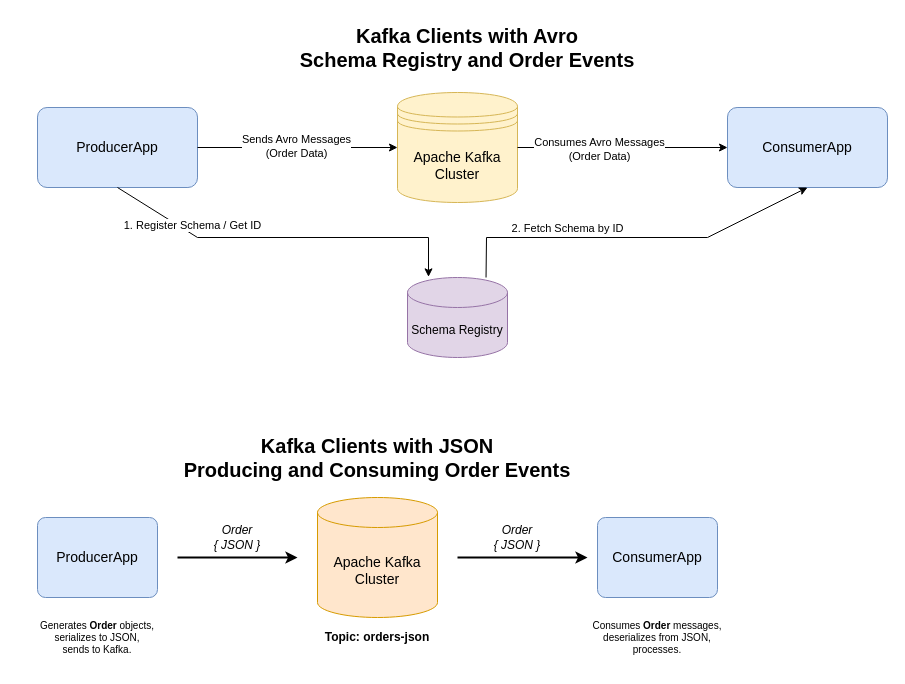
Earlier version of the draw.io diagram .diagrams/kotlin-getting-started-2.drawio (jaehyeon-kim/jaehyeon-kim.github.io). Source tidied: cells renumbered, new cells numbered last; positions are measured from the earlier drawing's top-left corner, leaving out a move shared by most shapes. Both pictures are drawn from the tidied source at 100%, with x=0, y=0 at pixel (17, 17).
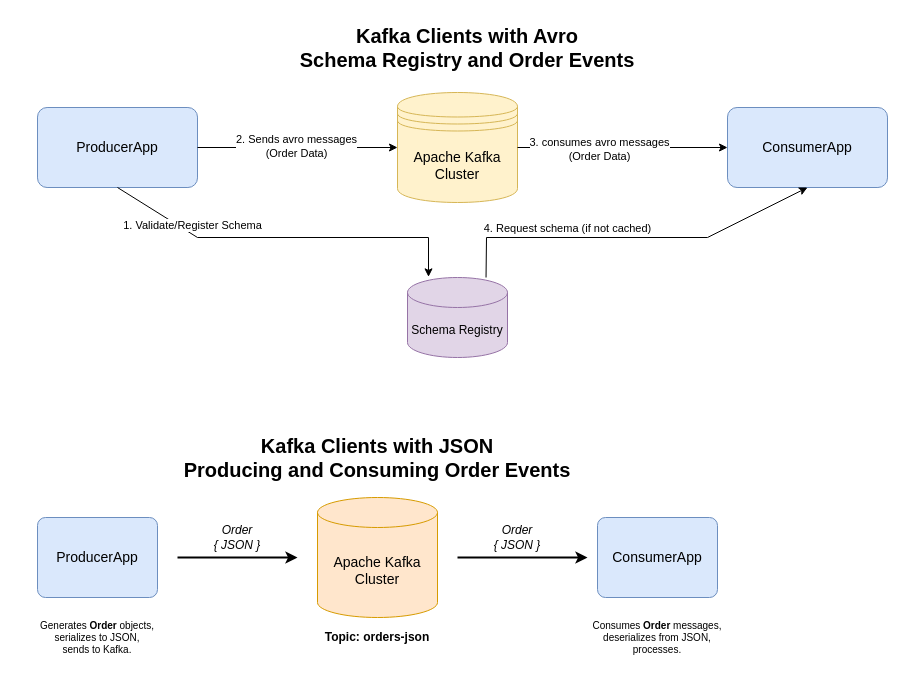
Above is the later version.

Unchanged cells that the change refers to:
```xml
<mxCell id="5" style="endArrow=classic;html=1;rounded=0;entryX=0;entryY=0.5;entryDx=0;entryDy=0;exitX=1;exitY=0.5;exitDx=0;exitDy=0;" parent="1" edge="1" source="2" target="4">
  <mxGeometry relative="1" as="geometry" />
</mxCell>
<mxCell id="7" style="endArrow=classic;html=1;rounded=0;entryX=0;entryY=0.5;entryDx=0;entryDy=0;exitX=1;exitY=0.5;exitDx=0;exitDy=0;" parent="1" edge="1" source="4" target="3">
  <mxGeometry relative="1" as="geometry" />
</mxCell>
<mxCell id="10" style="endArrow=classic;html=1;rounded=0;exitX=0.5;exitY=1;exitDx=0;exitDy=0;entryX=0.21;entryY=-0.008;entryDx=0;entryDy=0;entryPerimeter=0;" parent="1" edge="1" source="2" target="9">
  <mxGeometry relative="1" as="geometry">
    <Array as="points">
      <mxPoint x="180" y="220" />
      <mxPoint x="411" y="220" />
    </Array>
  </mxGeometry>
</mxCell>
<mxCell id="12" style="endArrow=classic;html=1;rounded=0;exitX=0.79;exitY=-0.008;exitDx=0;entryDy=0;entryPerimeter=0;entryX=0.5;entryY=1;entryDx=0;entryDy=0;" parent="1" edge="1" source="9" target="3">
  <mxGeometry relative="1" as="geometry">
    <Array as="points">
      <mxPoint x="469" y="220" />
      <mxPoint x="690" y="220" />
    </Array>
  </mxGeometry>
</mxCell>
```

What changed in the source:
```diff
@@
-    <mxCell id="6" value="Sends Avro Messages&lt;br&gt;(Order Data)" style="edgeLabel;html=1;align=center;verticalAlign=middle;" parent="5" vertex="1">
+    <mxCell id="6" value="2. Sends avro messages&lt;br&gt;(Order Data)" style="edgeLabel;html=1;align=center;verticalAlign=middle;" parent="5" vertex="1">
       <mxGeometry x="-0.02" y="2" relative="1" as="geometry" />
     </mxCell>
@@
-    <mxCell id="8" value="Consumes Avro Messages&lt;br&gt;(Order Data)" style="edgeLabel;html=1;align=center;verticalAlign=middle;" parent="7" vertex="1">
+    <mxCell id="8" value="3. consumes avro messages&lt;br&gt;(Order Data)" style="edgeLabel;html=1;align=center;verticalAlign=middle;" parent="7" vertex="1">
       <mxGeometry x="-0.23" y="-1" relative="1" as="geometry" />
     </mxCell>
@@
-    <mxCell id="11" value="1. Register Schema / Get ID" style="edgeLabel;html=1;align=center;verticalAlign=middle;" parent="10" vertex="1">
+    <mxCell id="11" value="1. Validate/Register Schema" style="edgeLabel;html=1;align=center;verticalAlign=middle;" parent="10" vertex="1">
       <mxGeometry x="-0.52" y="-1" relative="1" as="geometry">
         <mxPoint y="-10" as="offset" />
       </mxGeometry>
     </mxCell>
@@
-    <mxCell id="13" value="2. Fetch Schema by ID" style="edgeLabel;html=1;align=center;verticalAlign=middle;" parent="12" vertex="1">
+    <mxCell id="13" value="4. Request schema (if not cached)" style="edgeLabel;html=1;align=center;verticalAlign=middle;" parent="12" vertex="1">
       <mxGeometry x="-0.35" y="1" relative="1" as="geometry">
         <mxPoint y="-9" as="offset" />
       </mxGeometry>
     </mxCell>
```
